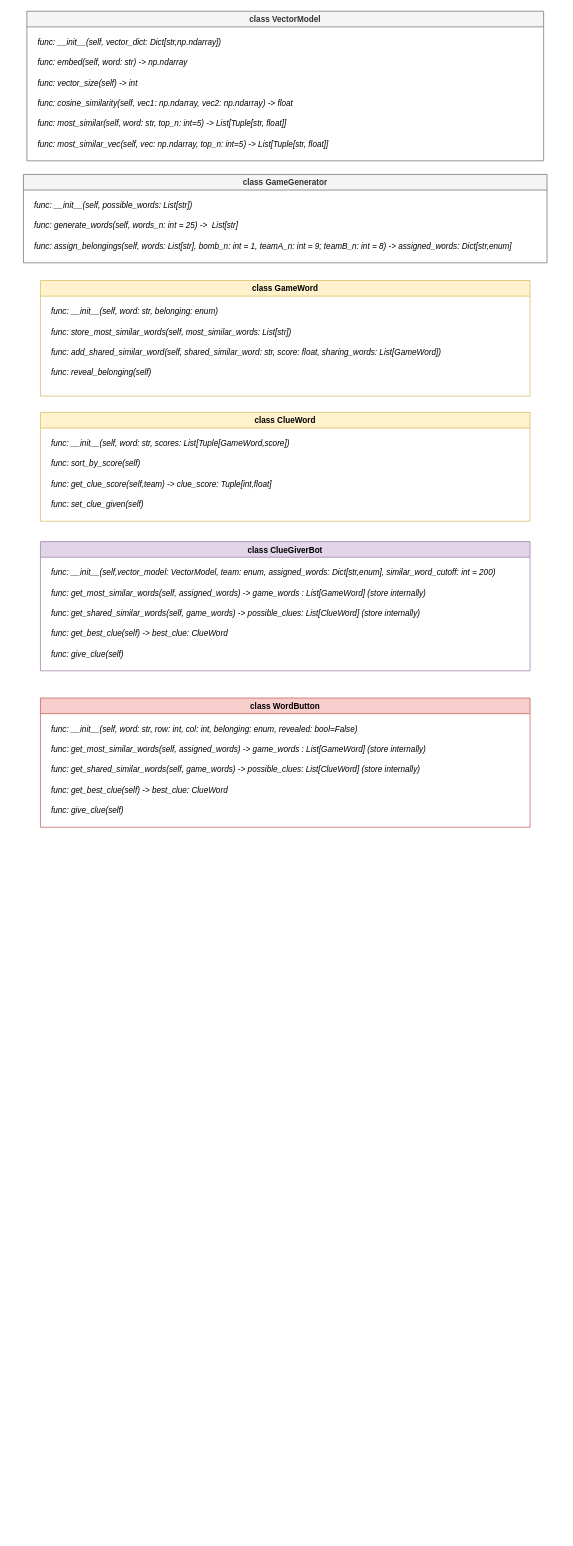
The draw.io diagram doc/flowcharts/Codenames Code Execution.drawio in msmeka2s/codenames, before the edit. Source tidied: cells renumbered, new cells numbered last; positions are measured from the earlier drawing's top-left corner, leaving out a move shared by most shapes. Both pictures are drawn from the tidied source at 68%, with x=0, y=0 at pixel (23, 11).
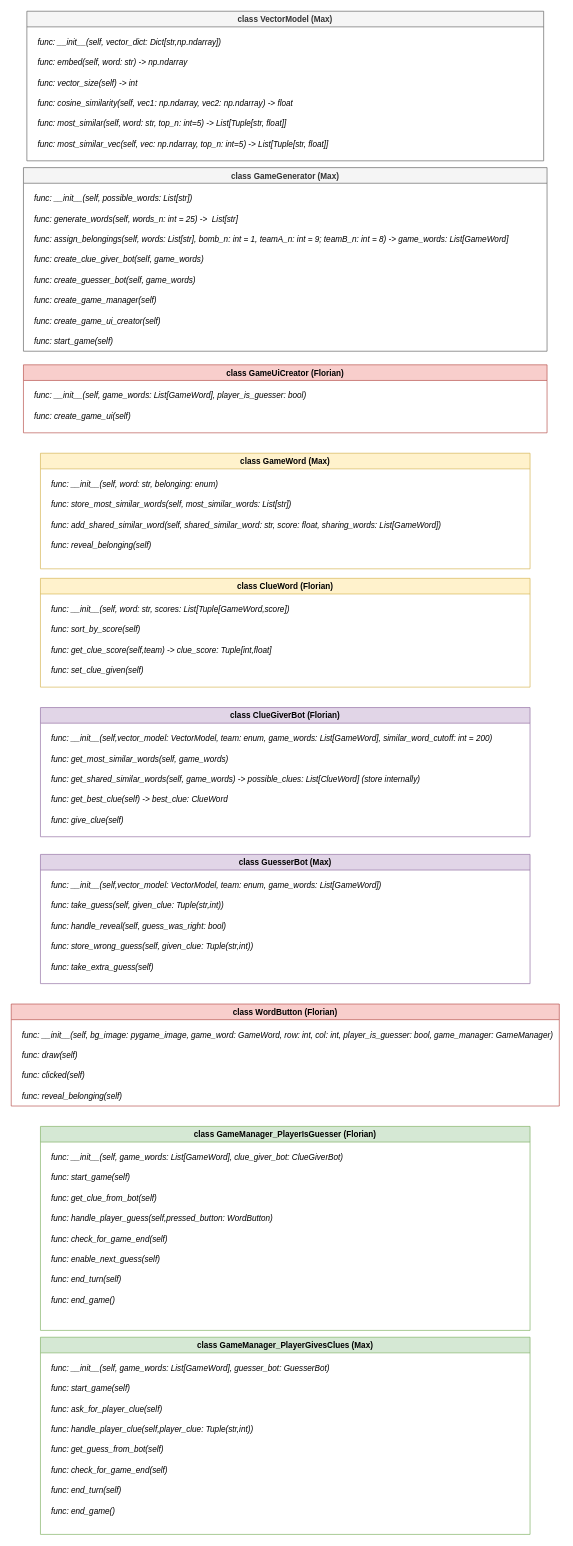
After the change.

Commit message (it also covers changes not shown here):
finish code execution flowchart

Change to the diagram source:
```diff
@@
-    <mxCell id="2" value="class VectorModel" style="swimlane;startSize=23;fillColor=#f5f5f5;strokeColor=#666666;fontColor=#333333;" parent="1" vertex="1">
+    <mxCell id="2" value="class VectorModel (Max)" style="swimlane;startSize=23;fillColor=#f5f5f5;strokeColor=#666666;fontColor=#333333;" parent="1" vertex="1">
       <mxGeometry x="5" width="760" height="220" as="geometry" />
     </mxCell>
@@
-    <mxCell id="9" value="class ClueGiverBot" style="swimlane;startSize=23;fillColor=#e1d5e7;strokeColor=#9673a6;" parent="1" vertex="1">
-      <mxGeometry x="25" y="780" width="720" height="190" as="geometry" />
+    <mxCell id="9" value="class ClueGiverBot (Florian)" style="swimlane;startSize=23;fillColor=#e1d5e7;strokeColor=#9673a6;" parent="1" vertex="1">
+      <mxGeometry x="25" y="1024" width="720" height="190" as="geometry" />
     </mxCell>
-    <mxCell id="10" value="func: __init__(self,vector_model: VectorModel, team: enum, assigned_words: Dict[str,enum], similar_word_cutoff: int = 200)" style="text;strokeColor=none;fillColor=none;align=left;verticalAlign=middle;spacingLeft=4;spacingRight=4;overflow=hidden;fontStyle=2;" parent="9" vertex="1">
+    <mxCell id="10" value="func: __init__(self,vector_model: VectorModel, team: enum, game_words: List[GameWord], similar_word_cutoff: int = 200)" style="text;strokeColor=none;fillColor=none;align=left;verticalAlign=middle;spacingLeft=4;spacingRight=4;overflow=hidden;fontStyle=2;" parent="9" vertex="1">
       <mxGeometry x="10" y="30" width="700" height="30" as="geometry" />
     </mxCell>
@@
-    <mxCell id="13" value="func: get_most_similar_words(self, assigned_words) -&gt; game_words : List[GameWord] (store internally)" style="text;strokeColor=none;fillColor=none;align=left;verticalAlign=middle;spacingLeft=4;spacingRight=4;overflow=hidden;fontStyle=2;" parent="9" vertex="1">
+    <mxCell id="13" value="func: get_most_similar_words(self, game_words)" style="text;strokeColor=none;fillColor=none;align=left;verticalAlign=middle;spacingLeft=4;spacingRight=4;overflow=hidden;fontStyle=2;" parent="9" vertex="1">
       <mxGeometry x="10" y="60" width="660" height="30" as="geometry" />
     </mxCell>
@@
-    <mxCell id="15" value="class GameGenerator" style="swimlane;startSize=23;fillColor=#f5f5f5;strokeColor=#666666;fontColor=#333333;" parent="1" vertex="1">
-      <mxGeometry y="240" width="770" height="130" as="geometry" />
+    <mxCell id="15" value="class GameGenerator (Max)" style="swimlane;startSize=23;fillColor=#f5f5f5;strokeColor=#666666;fontColor=#333333;" parent="1" vertex="1">
+      <mxGeometry y="230" width="770" height="270" as="geometry" />
     </mxCell>
@@
-    <mxCell id="18" value="func: assign_belongings(self, words: List[str], bomb_n: int = 1, teamA_n: int = 9; teamB_n: int = 8) -&gt; assigned_words: Dict[str,enum] " style="text;strokeColor=none;fillColor=none;align=left;verticalAlign=middle;spacingLeft=4;spacingRight=4;overflow=hidden;fontStyle=2;" parent="15" vertex="1">
+    <mxCell id="18" value="func: assign_belongings(self, words: List[str], bomb_n: int = 1, teamA_n: int = 9; teamB_n: int = 8) -&gt; game_words: List[GameWord]" style="text;strokeColor=none;fillColor=none;align=left;verticalAlign=middle;spacingLeft=4;spacingRight=4;overflow=hidden;fontStyle=2;" parent="15" vertex="1">
       <mxGeometry x="10" y="90" width="730" height="30" as="geometry" />
     </mxCell>
+    <mxCell id="35" value="func: create_game_manager(self)" style="text;strokeColor=none;fillColor=none;align=left;verticalAlign=middle;spacingLeft=4;spacingRight=4;overflow=hidden;fontStyle=2;" parent="15" vertex="1">
+      <mxGeometry x="10" y="180" width="400" height="30" as="geometry" />
+    </mxCell>
+    <mxCell id="36" value="func: create_clue_giver_bot(self, game_words)" style="text;strokeColor=none;fillColor=none;align=left;verticalAlign=middle;spacingLeft=4;spacingRight=4;overflow=hidden;fontStyle=2;" parent="15" vertex="1">
+      <mxGeometry x="10" y="120" width="400" height="30" as="geometry" />
+    </mxCell>
+    <mxCell id="37" value="func: create_guesser_bot(self, game_words)" style="text;strokeColor=none;fillColor=none;align=left;verticalAlign=middle;spacingLeft=4;spacingRight=4;overflow=hidden;fontStyle=2;" parent="15" vertex="1">
+      <mxGeometry x="10" y="150" width="400" height="30" as="geometry" />
+    </mxCell>
+    <mxCell id="38" value="func: create_game_ui_creator(self)" style="text;strokeColor=none;fillColor=none;align=left;verticalAlign=middle;spacingLeft=4;spacingRight=4;overflow=hidden;fontStyle=2;" parent="15" vertex="1">
+      <mxGeometry x="10" y="210" width="400" height="30" as="geometry" />
+    </mxCell>
+    <mxCell id="39" value="func: start_game(self)" style="text;strokeColor=none;fillColor=none;align=left;verticalAlign=middle;spacingLeft=4;spacingRight=4;overflow=hidden;fontStyle=2;" parent="15" vertex="1">
+      <mxGeometry x="10" y="240" width="400" height="30" as="geometry" />
+    </mxCell>
-    <mxCell id="19" value="class GameWord" style="swimlane;startSize=23;fillColor=#fff2cc;strokeColor=#d6b656;" parent="1" vertex="1">
-      <mxGeometry x="25" y="396" width="720" height="170" as="geometry" />
+    <mxCell id="19" value="class GameWord (Max)" style="swimlane;startSize=23;fillColor=#fff2cc;strokeColor=#d6b656;" parent="1" vertex="1">
+      <mxGeometry x="25" y="650" width="720" height="170" as="geometry" />
     </mxCell>
@@
-    <mxCell id="24" value="class ClueWord" style="swimlane;startSize=23;fillColor=#fff2cc;strokeColor=#d6b656;" parent="1" vertex="1">
-      <mxGeometry x="25" y="590" width="720" height="160" as="geometry" />
+    <mxCell id="24" value="class ClueWord (Florian)" style="swimlane;startSize=23;fillColor=#fff2cc;strokeColor=#d6b656;" parent="1" vertex="1">
+      <mxGeometry x="25" y="834" width="720" height="160" as="geometry" />
     </mxCell>
@@
-    <mxCell id="29" value="class WordButton" style="swimlane;startSize=23;fillColor=#f8cecc;strokeColor=#b85450;" parent="1" vertex="1">
-      <mxGeometry x="25" y="1010" width="720" height="190" as="geometry" />
+    <mxCell id="29" value="class WordButton (Florian)" style="swimlane;startSize=23;fillColor=#f8cecc;strokeColor=#b85450;" parent="1" vertex="1">
+      <mxGeometry x="-18" y="1460" width="806" height="150" as="geometry" />
     </mxCell>
-    <mxCell id="30" value="func: __init__(self, word: str, row: int, col: int, belonging: enum, revealed: bool=False)" style="text;strokeColor=none;fillColor=none;align=left;verticalAlign=middle;spacingLeft=4;spacingRight=4;overflow=hidden;fontStyle=2;" parent="29" vertex="1">
-      <mxGeometry x="10" y="30" width="700" height="30" as="geometry" />
+    <mxCell id="30" value="func: __init__(self, bg_image: pygame_image, game_word: GameWord, row: int, col: int, player_is_guesser: bool, game_manager: GameManager)" style="text;strokeColor=none;fillColor=none;align=left;verticalAlign=middle;spacingLeft=4;spacingRight=4;overflow=hidden;fontStyle=2;" parent="29" vertex="1">
+      <mxGeometry x="10" y="30" width="800" height="30" as="geometry" />
     </mxCell>
-    <mxCell id="31" value="func: get_shared_similar_words(self, game_words) -&gt; possible_clues: List[ClueWord] (store internally)" style="text;strokeColor=none;fillColor=none;align=left;verticalAlign=middle;spacingLeft=4;spacingRight=4;overflow=hidden;fontStyle=2;" parent="29" vertex="1">
-      <mxGeometry x="10" y="90" width="660" height="30" as="geometry" />
-    </mxCell>
-    <mxCell id="32" value="func: get_best_clue(self) -&gt; best_clue: ClueWord" style="text;strokeColor=none;fillColor=none;align=left;verticalAlign=middle;spacingLeft=4;spacingRight=4;overflow=hidden;fontStyle=2;" parent="29" vertex="1">
-      <mxGeometry x="10" y="120" width="660" height="30" as="geometry" />
-    </mxCell>
-    <mxCell id="33" value="func: get_most_similar_words(self, assigned_words) -&gt; game_words : List[GameWord] (store internally)" style="text;strokeColor=none;fillColor=none;align=left;verticalAlign=middle;spacingLeft=4;spacingRight=4;overflow=hidden;fontStyle=2;" parent="29" vertex="1">
-      <mxGeometry x="10" y="60" width="660" height="30" as="geometry" />
+    <mxCell id="33" value="func: reveal_belonging(self)" style="text;strokeColor=none;fillColor=none;align=left;verticalAlign=middle;spacingLeft=4;spacingRight=4;overflow=hidden;fontStyle=2;" parent="29" vertex="1">
+      <mxGeometry x="10" y="120" width="660" height="30" as="geometry" />
     </mxCell>
-    <mxCell id="34" value="func: give_clue(self) " style="text;strokeColor=none;fillColor=none;align=left;verticalAlign=middle;spacingLeft=4;spacingRight=4;overflow=hidden;fontStyle=2;" parent="29" vertex="1">
-      <mxGeometry x="10" y="150" width="660" height="30" as="geometry" />
-    </mxCell>
+    <mxCell id="40" value="func: draw(self)" style="text;strokeColor=none;fillColor=none;align=left;verticalAlign=middle;spacingLeft=4;spacingRight=4;overflow=hidden;fontStyle=2;" parent="29" vertex="1">
+      <mxGeometry x="10" y="60" width="660" height="30" as="geometry" />
+    </mxCell>
+    <mxCell id="41" value="func: clicked(self)" style="text;strokeColor=none;fillColor=none;align=left;verticalAlign=middle;spacingLeft=4;spacingRight=4;overflow=hidden;fontStyle=2;" parent="29" vertex="1">
+      <mxGeometry x="10" y="90" width="660" height="30" as="geometry" />
+    </mxCell>
+    <mxCell id="42" value="class GameManager_PlayerIsGuesser (Florian)" style="swimlane;startSize=23;fillColor=#d5e8d4;strokeColor=#82b366;" parent="1" vertex="1">
+      <mxGeometry x="25" y="1640" width="720" height="300" as="geometry" />
+    </mxCell>
+    <mxCell id="43" value="func: __init__(self, game_words: List[GameWord], clue_giver_bot: ClueGiverBot)" style="text;strokeColor=none;fillColor=none;align=left;verticalAlign=middle;spacingLeft=4;spacingRight=4;overflow=hidden;fontStyle=2;" parent="42" vertex="1">
+      <mxGeometry x="10" y="30" width="700" height="30" as="geometry" />
+    </mxCell>
+    <mxCell id="44" value="func: get_clue_from_bot(self)" style="text;strokeColor=none;fillColor=none;align=left;verticalAlign=middle;spacingLeft=4;spacingRight=4;overflow=hidden;fontStyle=2;" parent="42" vertex="1">
+      <mxGeometry x="10" y="90" width="660" height="30" as="geometry" />
+    </mxCell>
+    <mxCell id="45" value="func: handle_player_guess(self,pressed_button: WordButton)" style="text;strokeColor=none;fillColor=none;align=left;verticalAlign=middle;spacingLeft=4;spacingRight=4;overflow=hidden;fontStyle=2;" parent="42" vertex="1">
+      <mxGeometry x="10" y="120" width="660" height="30" as="geometry" />
+    </mxCell>
+    <mxCell id="46" value="func: check_for_game_end(self)" style="text;strokeColor=none;fillColor=none;align=left;verticalAlign=middle;spacingLeft=4;spacingRight=4;overflow=hidden;fontStyle=2;" parent="42" vertex="1">
+      <mxGeometry x="10" y="150" width="660" height="30" as="geometry" />
+    </mxCell>
+    <mxCell id="47" value="func: end_game()" style="text;strokeColor=none;fillColor=none;align=left;verticalAlign=middle;spacingLeft=4;spacingRight=4;overflow=hidden;fontStyle=2;" parent="42" vertex="1">
+      <mxGeometry x="10" y="240" width="660" height="30" as="geometry" />
+    </mxCell>
+    <mxCell id="48" value="func: enable_next_guess(self)" style="text;strokeColor=none;fillColor=none;align=left;verticalAlign=middle;spacingLeft=4;spacingRight=4;overflow=hidden;fontStyle=2;" parent="42" vertex="1">
+      <mxGeometry x="10" y="180" width="660" height="30" as="geometry" />
+    </mxCell>
+    <mxCell id="49" value="func: end_turn(self)" style="text;strokeColor=none;fillColor=none;align=left;verticalAlign=middle;spacingLeft=4;spacingRight=4;overflow=hidden;fontStyle=2;" parent="42" vertex="1">
+      <mxGeometry x="10" y="210" width="660" height="30" as="geometry" />
+    </mxCell>
+    <mxCell id="50" value="func: start_game(self)" style="text;strokeColor=none;fillColor=none;align=left;verticalAlign=middle;spacingLeft=4;spacingRight=4;overflow=hidden;fontStyle=2;" parent="42" vertex="1">
+      <mxGeometry x="10" y="60" width="660" height="30" as="geometry" />
+    </mxCell>
+    <mxCell id="51" value="class GuesserBot (Max)" style="swimlane;startSize=23;fillColor=#e1d5e7;strokeColor=#9673a6;" parent="1" vertex="1">
+      <mxGeometry x="25" y="1240" width="720" height="190" as="geometry" />
+    </mxCell>
+    <mxCell id="52" value="func: __init__(self,vector_model: VectorModel, team: enum, game_words: List[GameWord])" style="text;strokeColor=none;fillColor=none;align=left;verticalAlign=middle;spacingLeft=4;spacingRight=4;overflow=hidden;fontStyle=2;" parent="51" vertex="1">
+      <mxGeometry x="10" y="30" width="700" height="30" as="geometry" />
+    </mxCell>
+    <mxCell id="53" value="func: take_guess(self, given_clue: Tuple(str,int)) " style="text;strokeColor=none;fillColor=none;align=left;verticalAlign=middle;spacingLeft=4;spacingRight=4;overflow=hidden;fontStyle=2;" parent="51" vertex="1">
+      <mxGeometry x="10" y="60" width="660" height="30" as="geometry" />
+    </mxCell>
+    <mxCell id="54" value="func: store_wrong_guess(self, given_clue: Tuple(str,int)) " style="text;strokeColor=none;fillColor=none;align=left;verticalAlign=middle;spacingLeft=4;spacingRight=4;overflow=hidden;fontStyle=2;" parent="51" vertex="1">
+      <mxGeometry x="10" y="120" width="660" height="30" as="geometry" />
+    </mxCell>
+    <mxCell id="55" value="func: take_extra_guess(self)" style="text;strokeColor=none;fillColor=none;align=left;verticalAlign=middle;spacingLeft=4;spacingRight=4;overflow=hidden;fontStyle=2;" parent="51" vertex="1">
+      <mxGeometry x="10" y="150" width="660" height="30" as="geometry" />
+    </mxCell>
+    <mxCell id="56" value="func: handle_reveal(self, guess_was_right: bool) " style="text;strokeColor=none;fillColor=none;align=left;verticalAlign=middle;spacingLeft=4;spacingRight=4;overflow=hidden;fontStyle=2;" parent="51" vertex="1">
+      <mxGeometry x="10" y="90" width="660" height="30" as="geometry" />
+    </mxCell>
+    <mxCell id="57" value="class GameManager_PlayerGivesClues (Max)" style="swimlane;startSize=23;fillColor=#d5e8d4;strokeColor=#82b366;" parent="1" vertex="1">
+      <mxGeometry x="25" y="1950" width="720" height="290" as="geometry" />
+    </mxCell>
+    <mxCell id="58" value="func: __init__(self, game_words: List[GameWord], guesser_bot: GuesserBot)" style="text;strokeColor=none;fillColor=none;align=left;verticalAlign=middle;spacingLeft=4;spacingRight=4;overflow=hidden;fontStyle=2;" parent="57" vertex="1">
+      <mxGeometry x="10" y="30" width="700" height="30" as="geometry" />
+    </mxCell>
+    <mxCell id="59" value="func: ask_for_player_clue(self)" style="text;strokeColor=none;fillColor=none;align=left;verticalAlign=middle;spacingLeft=4;spacingRight=4;overflow=hidden;fontStyle=2;" parent="57" vertex="1">
+      <mxGeometry x="10" y="90" width="660" height="30" as="geometry" />
+    </mxCell>
+    <mxCell id="60" value="func: handle_player_clue(self,player_clue: Tuple(str,int))" style="text;strokeColor=none;fillColor=none;align=left;verticalAlign=middle;spacingLeft=4;spacingRight=4;overflow=hidden;fontStyle=2;" parent="57" vertex="1">
+      <mxGeometry x="10" y="120" width="660" height="30" as="geometry" />
+    </mxCell>
+    <mxCell id="61" value="func: get_guess_from_bot(self)" style="text;strokeColor=none;fillColor=none;align=left;verticalAlign=middle;spacingLeft=4;spacingRight=4;overflow=hidden;fontStyle=2;" parent="57" vertex="1">
+      <mxGeometry x="10" y="150" width="660" height="30" as="geometry" />
+    </mxCell>
+    <mxCell id="62" value="func: end_game()" style="text;strokeColor=none;fillColor=none;align=left;verticalAlign=middle;spacingLeft=4;spacingRight=4;overflow=hidden;fontStyle=2;" parent="57" vertex="1">
+      <mxGeometry x="10" y="240" width="660" height="30" as="geometry" />
+    </mxCell>
+    <mxCell id="63" value="func: end_turn(self)" style="text;strokeColor=none;fillColor=none;align=left;verticalAlign=middle;spacingLeft=4;spacingRight=4;overflow=hidden;fontStyle=2;" parent="57" vertex="1">
+      <mxGeometry x="10" y="210" width="660" height="30" as="geometry" />
+    </mxCell>
+    <mxCell id="64" value="func: check_for_game_end(self)" style="text;strokeColor=none;fillColor=none;align=left;verticalAlign=middle;spacingLeft=4;spacingRight=4;overflow=hidden;fontStyle=2;" parent="57" vertex="1">
+      <mxGeometry x="10" y="180" width="660" height="30" as="geometry" />
+    </mxCell>
+    <mxCell id="65" value="func: start_game(self)" style="text;strokeColor=none;fillColor=none;align=left;verticalAlign=middle;spacingLeft=4;spacingRight=4;overflow=hidden;fontStyle=2;" parent="57" vertex="1">
+      <mxGeometry x="10" y="60" width="660" height="30" as="geometry" />
+    </mxCell>
+    <mxCell id="66" value="class GameUiCreator (Florian)" style="swimlane;startSize=23;fillColor=#f8cecc;strokeColor=#b85450;" parent="1" vertex="1">
+      <mxGeometry y="520" width="770" height="100" as="geometry" />
+    </mxCell>
+    <mxCell id="67" value="func: __init__(self, game_words: List[GameWord], player_is_guesser: bool)" style="text;strokeColor=none;fillColor=none;align=left;verticalAlign=middle;spacingLeft=4;spacingRight=4;overflow=hidden;fontStyle=2;" parent="66" vertex="1">
+      <mxGeometry x="10" y="30" width="450" height="30" as="geometry" />
+    </mxCell>
+    <mxCell id="68" value="func: create_game_ui(self)" style="text;strokeColor=none;fillColor=none;align=left;verticalAlign=middle;spacingLeft=4;spacingRight=4;overflow=hidden;fontStyle=2;" parent="66" vertex="1">
+      <mxGeometry x="10" y="60" width="400" height="30" as="geometry" />
+    </mxCell>
```
